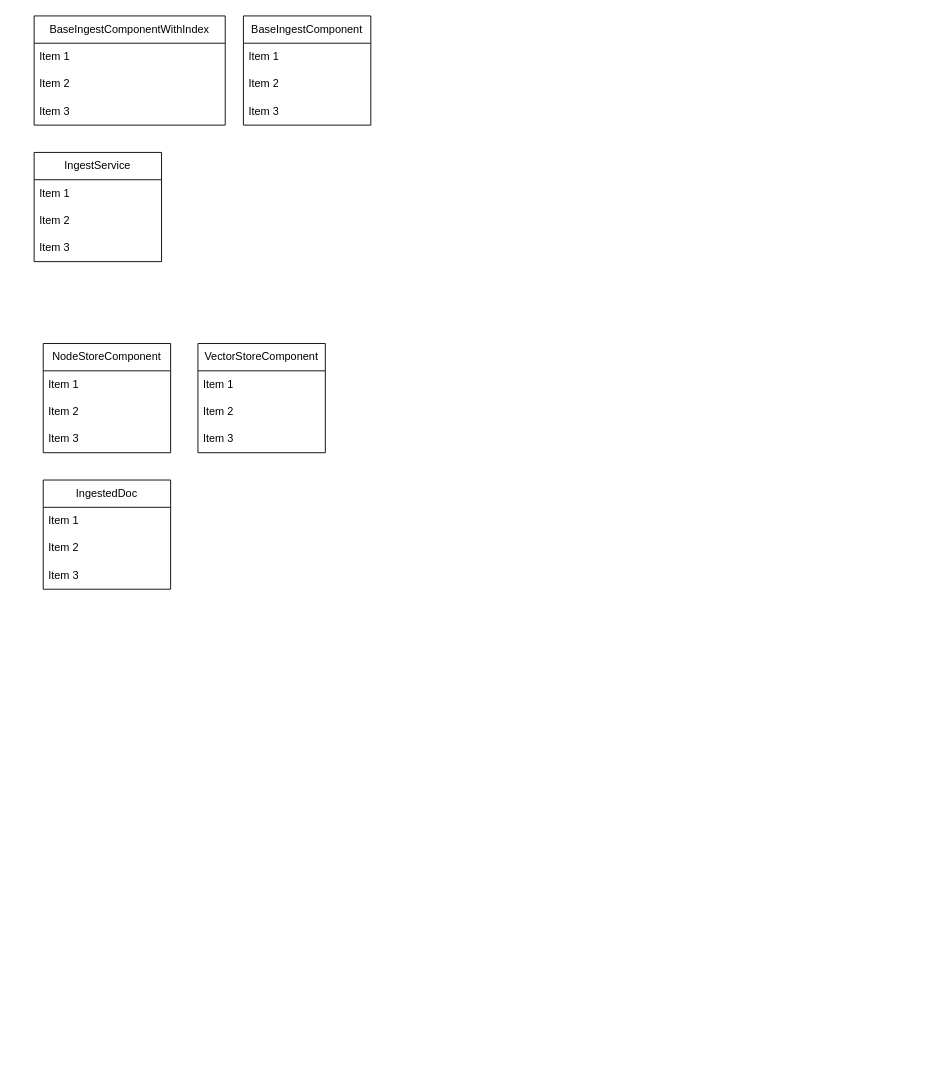
Above: proyecto.drawio in Sergi-Batle/api_test (draw.io), before the change. Source tidied: cells renumbered, new cells numbered last; positions are measured from the earlier drawing's top-left corner, leaving out a move shared by most shapes. Both pictures are drawn from the tidied source at 91%, with x=0, y=0 at pixel (34, 15).
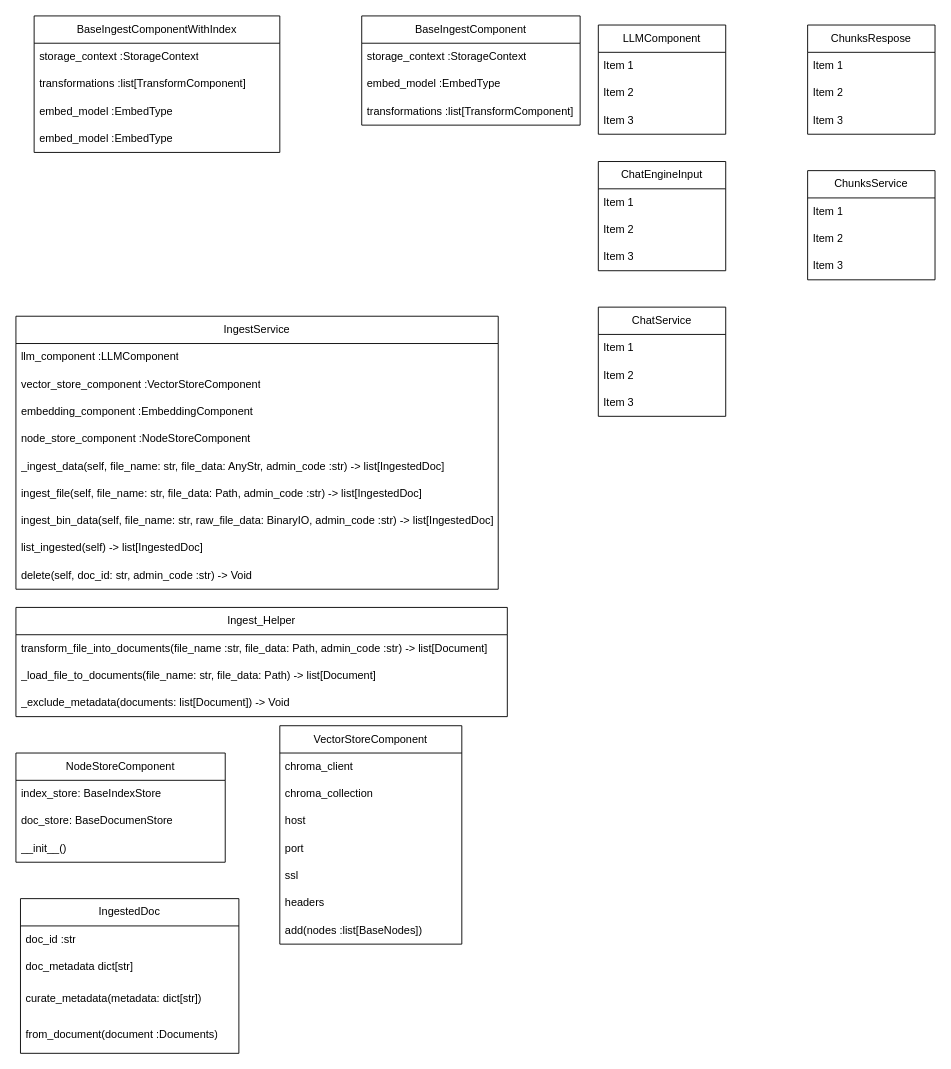
The same diagram, later.

Diff of the diagram source:
```diff
@@
     <mxCell id="2" value="BaseIngestComponentWithIndex" style="swimlane;fontStyle=0;horizontal=1;startSize=30;whiteSpace=wrap;html=1;" parent="1" vertex="1">
-      <mxGeometry width="210" height="120" as="geometry" />
+      <mxGeometry width="270" height="150" as="geometry" />
     </mxCell>
-    <mxCell id="3" value="Item 1" style="text;strokeColor=none;fillColor=none;align=left;verticalAlign=middle;spacingLeft=4;spacingRight=4;overflow=hidden;whiteSpace=wrap;html=1;" parent="2" vertex="1">
-      <mxGeometry y="30" width="210" height="30" as="geometry" />
-    </mxCell>
-    <mxCell id="4" value="Item 2" style="text;strokeColor=none;fillColor=none;align=left;verticalAlign=middle;spacingLeft=4;spacingRight=4;overflow=hidden;whiteSpace=wrap;html=1;" parent="2" vertex="1">
-      <mxGeometry y="60" width="210" height="30" as="geometry" />
-    </mxCell>
-    <mxCell id="5" value="Item 3" style="text;strokeColor=none;fillColor=none;align=left;verticalAlign=middle;spacingLeft=4;spacingRight=4;overflow=hidden;whiteSpace=wrap;html=1;" parent="2" vertex="1">
-      <mxGeometry y="90" width="210" height="30" as="geometry" />
-    </mxCell>
+    <mxCell id="26" value="storage_context :StorageContext" style="text;strokeColor=none;fillColor=none;align=left;verticalAlign=middle;spacingLeft=4;spacingRight=4;overflow=hidden;whiteSpace=wrap;html=1;" parent="2" vertex="1">
+      <mxGeometry y="30" width="270" height="30" as="geometry" />
+    </mxCell>
+    <mxCell id="27" value="transformations :list[TransformComponent]" style="text;strokeColor=none;fillColor=none;align=left;verticalAlign=middle;spacingLeft=4;spacingRight=4;overflow=hidden;whiteSpace=wrap;html=1;" parent="2" vertex="1">
+      <mxGeometry y="60" width="270" height="30" as="geometry" />
+    </mxCell>
+    <mxCell id="28" value="embed_model :EmbedType" style="text;strokeColor=none;fillColor=none;align=left;verticalAlign=middle;spacingLeft=4;spacingRight=4;overflow=hidden;whiteSpace=wrap;html=1;" parent="2" vertex="1">
+      <mxGeometry y="90" width="270" height="30" as="geometry" />
+    </mxCell>
+    <mxCell id="29" value="embed_model :EmbedType" style="text;strokeColor=none;fillColor=none;align=left;verticalAlign=middle;spacingLeft=4;spacingRight=4;overflow=hidden;whiteSpace=wrap;html=1;" parent="2" vertex="1">
+      <mxGeometry y="120" width="270" height="30" as="geometry" />
+    </mxCell>
     <mxCell id="6" value="BaseIngestComponent" style="swimlane;fontStyle=0;horizontal=1;startSize=30;whiteSpace=wrap;html=1;" parent="1" vertex="1">
-      <mxGeometry x="230" width="140" height="120" as="geometry" />
+      <mxGeometry x="360" width="240" height="120" as="geometry" />
     </mxCell>
-    <mxCell id="7" value="Item 1" style="text;strokeColor=none;fillColor=none;align=left;verticalAlign=middle;spacingLeft=4;spacingRight=4;overflow=hidden;whiteSpace=wrap;html=1;" parent="6" vertex="1">
-      <mxGeometry y="30" width="140" height="30" as="geometry" />
+    <mxCell id="7" value="storage_context :StorageContext" style="text;strokeColor=none;fillColor=none;align=left;verticalAlign=middle;spacingLeft=4;spacingRight=4;overflow=hidden;whiteSpace=wrap;html=1;" parent="6" vertex="1">
+      <mxGeometry y="30" width="240" height="30" as="geometry" />
     </mxCell>
-    <mxCell id="8" value="Item 2" style="text;strokeColor=none;fillColor=none;align=left;verticalAlign=middle;spacingLeft=4;spacingRight=4;overflow=hidden;whiteSpace=wrap;html=1;" parent="6" vertex="1">
-      <mxGeometry y="60" width="140" height="30" as="geometry" />
+    <mxCell id="8" value="embed_model :EmbedType" style="text;strokeColor=none;fillColor=none;align=left;verticalAlign=middle;spacingLeft=4;spacingRight=4;overflow=hidden;whiteSpace=wrap;html=1;" parent="6" vertex="1">
+      <mxGeometry y="60" width="240" height="30" as="geometry" />
     </mxCell>
-    <mxCell id="9" value="Item 3" style="text;strokeColor=none;fillColor=none;align=left;verticalAlign=middle;spacingLeft=4;spacingRight=4;overflow=hidden;whiteSpace=wrap;html=1;" parent="6" vertex="1">
-      <mxGeometry y="90" width="140" height="30" as="geometry" />
+    <mxCell id="9" value="transformations :list[TransformComponent]" style="text;strokeColor=none;fillColor=none;align=left;verticalAlign=middle;spacingLeft=4;spacingRight=4;overflow=hidden;whiteSpace=wrap;html=1;" parent="6" vertex="1">
+      <mxGeometry y="90" width="240" height="30" as="geometry" />
     </mxCell>
     <mxCell id="10" value="VectorStoreComponent" style="swimlane;fontStyle=0;horizontal=1;startSize=30;whiteSpace=wrap;html=1;" parent="1" vertex="1">
-      <mxGeometry x="180" y="360" width="140" height="120" as="geometry" />
+      <mxGeometry x="270" y="780" width="200" height="240" as="geometry" />
     </mxCell>
-    <mxCell id="11" value="Item 1" style="text;strokeColor=none;fillColor=none;align=left;verticalAlign=middle;spacingLeft=4;spacingRight=4;overflow=hidden;whiteSpace=wrap;html=1;" parent="10" vertex="1">
-      <mxGeometry y="30" width="140" height="30" as="geometry" />
+    <mxCell id="11" value="chroma_client" style="text;strokeColor=none;fillColor=none;align=left;verticalAlign=middle;spacingLeft=4;spacingRight=4;overflow=hidden;whiteSpace=wrap;html=1;" parent="10" vertex="1">
+      <mxGeometry y="30" width="200" height="30" as="geometry" />
     </mxCell>
-    <mxCell id="12" value="Item 2" style="text;strokeColor=none;fillColor=none;align=left;verticalAlign=middle;spacingLeft=4;spacingRight=4;overflow=hidden;whiteSpace=wrap;html=1;" parent="10" vertex="1">
-      <mxGeometry y="60" width="140" height="30" as="geometry" />
+    <mxCell id="12" value="chroma_collection" style="text;strokeColor=none;fillColor=none;align=left;verticalAlign=middle;spacingLeft=4;spacingRight=4;overflow=hidden;whiteSpace=wrap;html=1;" parent="10" vertex="1">
+      <mxGeometry y="60" width="200" height="30" as="geometry" />
     </mxCell>
-    <mxCell id="13" value="Item 3" style="text;strokeColor=none;fillColor=none;align=left;verticalAlign=middle;spacingLeft=4;spacingRight=4;overflow=hidden;whiteSpace=wrap;html=1;" parent="10" vertex="1">
-      <mxGeometry y="90" width="140" height="30" as="geometry" />
+    <mxCell id="13" value="host" style="text;strokeColor=none;fillColor=none;align=left;verticalAlign=middle;spacingLeft=4;spacingRight=4;overflow=hidden;whiteSpace=wrap;html=1;" parent="10" vertex="1">
+      <mxGeometry y="90" width="200" height="30" as="geometry" />
     </mxCell>
+    <mxCell id="30" value="port" style="text;strokeColor=none;fillColor=none;align=left;verticalAlign=middle;spacingLeft=4;spacingRight=4;overflow=hidden;whiteSpace=wrap;html=1;" parent="10" vertex="1">
+      <mxGeometry y="120" width="200" height="30" as="geometry" />
+    </mxCell>
+    <mxCell id="31" value="ssl" style="text;strokeColor=none;fillColor=none;align=left;verticalAlign=middle;spacingLeft=4;spacingRight=4;overflow=hidden;whiteSpace=wrap;html=1;" parent="10" vertex="1">
+      <mxGeometry y="150" width="200" height="30" as="geometry" />
+    </mxCell>
+    <mxCell id="32" value="headers" style="text;strokeColor=none;fillColor=none;align=left;verticalAlign=middle;spacingLeft=4;spacingRight=4;overflow=hidden;whiteSpace=wrap;html=1;" parent="10" vertex="1">
+      <mxGeometry y="180" width="200" height="30" as="geometry" />
+    </mxCell>
+    <mxCell id="33" value="add(nodes :list[BaseNodes])" style="text;strokeColor=none;fillColor=none;align=left;verticalAlign=middle;spacingLeft=4;spacingRight=4;overflow=hidden;whiteSpace=wrap;html=1;" parent="10" vertex="1">
+      <mxGeometry y="210" width="200" height="30" as="geometry" />
+    </mxCell>
     <mxCell id="14" value="NodeStoreComponent" style="swimlane;fontStyle=0;horizontal=1;startSize=30;whiteSpace=wrap;html=1;" parent="1" vertex="1">
-      <mxGeometry x="10" y="360" width="140" height="120" as="geometry" />
+      <mxGeometry x="-20" y="810" width="230" height="120" as="geometry" />
     </mxCell>
-    <mxCell id="15" value="Item 1" style="text;strokeColor=none;fillColor=none;align=left;verticalAlign=middle;spacingLeft=4;spacingRight=4;overflow=hidden;whiteSpace=wrap;html=1;" parent="14" vertex="1">
-      <mxGeometry y="30" width="140" height="30" as="geometry" />
+    <mxCell id="15" value="index_store: BaseIndexStore" style="text;strokeColor=none;fillColor=none;align=left;verticalAlign=middle;spacingLeft=4;spacingRight=4;overflow=hidden;whiteSpace=wrap;html=1;" parent="14" vertex="1">
+      <mxGeometry y="30" width="230" height="30" as="geometry" />
     </mxCell>
-    <mxCell id="16" value="Item 2" style="text;strokeColor=none;fillColor=none;align=left;verticalAlign=middle;spacingLeft=4;spacingRight=4;overflow=hidden;whiteSpace=wrap;html=1;" parent="14" vertex="1">
-      <mxGeometry y="60" width="140" height="30" as="geometry" />
+    <mxCell id="16" value="doc_store: BaseDocumenStore" style="text;strokeColor=none;fillColor=none;align=left;verticalAlign=middle;spacingLeft=4;spacingRight=4;overflow=hidden;whiteSpace=wrap;html=1;" parent="14" vertex="1">
+      <mxGeometry y="60" width="230" height="30" as="geometry" />
     </mxCell>
-    <mxCell id="17" value="Item 3" style="text;strokeColor=none;fillColor=none;align=left;verticalAlign=middle;spacingLeft=4;spacingRight=4;overflow=hidden;whiteSpace=wrap;html=1;" parent="14" vertex="1">
-      <mxGeometry y="90" width="140" height="30" as="geometry" />
+    <mxCell id="17" value="__init__()" style="text;strokeColor=none;fillColor=none;align=left;verticalAlign=middle;spacingLeft=4;spacingRight=4;overflow=hidden;whiteSpace=wrap;html=1;" parent="14" vertex="1">
+      <mxGeometry y="90" width="230" height="30" as="geometry" />
     </mxCell>
     <mxCell id="18" value="IngestedDoc" style="swimlane;fontStyle=0;horizontal=1;startSize=30;whiteSpace=wrap;html=1;" parent="1" vertex="1">
-      <mxGeometry x="10" y="510" width="140" height="120" as="geometry" />
+      <mxGeometry x="-15" y="970" width="240" height="170" as="geometry" />
     </mxCell>
-    <mxCell id="19" value="Item 1" style="text;strokeColor=none;fillColor=none;align=left;verticalAlign=middle;spacingLeft=4;spacingRight=4;overflow=hidden;whiteSpace=wrap;html=1;" parent="18" vertex="1">
-      <mxGeometry y="30" width="140" height="30" as="geometry" />
+    <mxCell id="19" value="doc_id :str" style="text;strokeColor=none;fillColor=none;align=left;verticalAlign=middle;spacingLeft=4;spacingRight=4;overflow=hidden;whiteSpace=wrap;html=1;" parent="18" vertex="1">
+      <mxGeometry y="30" width="240" height="30" as="geometry" />
     </mxCell>
-    <mxCell id="20" value="Item 2" style="text;strokeColor=none;fillColor=none;align=left;verticalAlign=middle;spacingLeft=4;spacingRight=4;overflow=hidden;whiteSpace=wrap;html=1;" parent="18" vertex="1">
-      <mxGeometry y="60" width="140" height="30" as="geometry" />
+    <mxCell id="20" value="doc_metadata dict[str]" style="text;strokeColor=none;fillColor=none;align=left;verticalAlign=middle;spacingLeft=4;spacingRight=4;overflow=hidden;whiteSpace=wrap;html=1;" parent="18" vertex="1">
+      <mxGeometry y="60" width="240" height="30" as="geometry" />
     </mxCell>
-    <mxCell id="21" value="Item 3" style="text;strokeColor=none;fillColor=none;align=left;verticalAlign=middle;spacingLeft=4;spacingRight=4;overflow=hidden;whiteSpace=wrap;html=1;" parent="18" vertex="1">
-      <mxGeometry y="90" width="140" height="30" as="geometry" />
+    <mxCell id="21" value="curate_metadata(metadata: dict[str])" style="text;strokeColor=none;fillColor=none;align=left;verticalAlign=middle;spacingLeft=4;spacingRight=4;overflow=hidden;whiteSpace=wrap;html=1;" parent="18" vertex="1">
+      <mxGeometry y="90" width="240" height="40" as="geometry" />
     </mxCell>
+    <mxCell id="34" value="from_document(document :Documents)" style="text;strokeColor=none;fillColor=none;align=left;verticalAlign=middle;spacingLeft=4;spacingRight=4;overflow=hidden;whiteSpace=wrap;html=1;" parent="18" vertex="1">
+      <mxGeometry y="130" width="240" height="40" as="geometry" />
+    </mxCell>
     <mxCell id="22" value="IngestService" style="swimlane;fontStyle=0;horizontal=1;startSize=30;whiteSpace=wrap;html=1;" parent="1" vertex="1">
-      <mxGeometry y="150" width="140" height="120" as="geometry" />
+      <mxGeometry x="-20" y="330" width="530" height="300" as="geometry" />
     </mxCell>
-    <mxCell id="23" value="Item 1" style="text;strokeColor=none;fillColor=none;align=left;verticalAlign=middle;spacingLeft=4;spacingRight=4;overflow=hidden;whiteSpace=wrap;html=1;" parent="22" vertex="1">
-      <mxGeometry y="30" width="140" height="30" as="geometry" />
+    <mxCell id="23" value="llm_component :LLMComponent" style="text;strokeColor=none;fillColor=none;align=left;verticalAlign=middle;spacingLeft=4;spacingRight=4;overflow=hidden;whiteSpace=wrap;html=1;" parent="22" vertex="1">
+      <mxGeometry y="30" width="530" height="30" as="geometry" />
     </mxCell>
-    <mxCell id="24" value="Item 2" style="text;strokeColor=none;fillColor=none;align=left;verticalAlign=middle;spacingLeft=4;spacingRight=4;overflow=hidden;whiteSpace=wrap;html=1;" parent="22" vertex="1">
-      <mxGeometry y="60" width="140" height="30" as="geometry" />
+    <mxCell id="24" value="vector_store_component :VectorStoreComponent" style="text;strokeColor=none;fillColor=none;align=left;verticalAlign=middle;spacingLeft=4;spacingRight=4;overflow=hidden;whiteSpace=wrap;html=1;" parent="22" vertex="1">
+      <mxGeometry y="60" width="530" height="30" as="geometry" />
     </mxCell>
+    <mxCell id="35" value="embedding_component :EmbeddingComponent" style="text;strokeColor=none;fillColor=none;align=left;verticalAlign=middle;spacingLeft=4;spacingRight=4;overflow=hidden;whiteSpace=wrap;html=1;" parent="22" vertex="1">
+      <mxGeometry y="90" width="530" height="30" as="geometry" />
+    </mxCell>
+    <mxCell id="36" value="node_store_component :NodeStoreComponent" style="text;strokeColor=none;fillColor=none;align=left;verticalAlign=middle;spacingLeft=4;spacingRight=4;overflow=hidden;whiteSpace=wrap;html=1;" parent="22" vertex="1">
+      <mxGeometry y="120" width="530" height="30" as="geometry" />
+    </mxCell>
+    <mxCell id="37" value="_ingest_data(self, file_name: str, file_data: AnyStr, admin_code :str) -&amp;gt; list[IngestedDoc]" style="text;strokeColor=none;fillColor=none;align=left;verticalAlign=middle;spacingLeft=4;spacingRight=4;overflow=hidden;whiteSpace=wrap;html=1;" parent="22" vertex="1">
+      <mxGeometry y="150" width="530" height="30" as="geometry" />
+    </mxCell>
+    <mxCell id="38" value="ingest_file(self, file_name: str, file_data: Path, admin_code :str) -&amp;gt; list[IngestedDoc]" style="text;strokeColor=none;fillColor=none;align=left;verticalAlign=middle;spacingLeft=4;spacingRight=4;overflow=hidden;whiteSpace=wrap;html=1;" parent="22" vertex="1">
+      <mxGeometry y="180" width="530" height="30" as="geometry" />
+    </mxCell>
-    <mxCell id="25" value="Item 3" style="text;strokeColor=none;fillColor=none;align=left;verticalAlign=middle;spacingLeft=4;spacingRight=4;overflow=hidden;whiteSpace=wrap;html=1;" parent="22" vertex="1">
-      <mxGeometry y="90" width="140" height="30" as="geometry" />
+    <mxCell id="25" value="&lt;div&gt;ingest_bin_data(&lt;span style=&quot;background-color: initial;&quot;&gt;self, file_name: str, raw_file_data: BinaryIO, admin_code :str&lt;/span&gt;&lt;span style=&quot;background-color: initial;&quot;&gt;) -&amp;gt; list[IngestedDoc]&lt;/span&gt;&lt;/div&gt;" style="text;strokeColor=none;fillColor=none;align=left;verticalAlign=middle;spacingLeft=4;spacingRight=4;overflow=hidden;whiteSpace=wrap;html=1;" parent="22" vertex="1">
+      <mxGeometry y="210" width="530" height="30" as="geometry" />
     </mxCell>
+    <mxCell id="39" value="list_ingested(self) -&amp;gt; list[IngestedDoc]" style="text;strokeColor=none;fillColor=none;align=left;verticalAlign=middle;spacingLeft=4;spacingRight=4;overflow=hidden;whiteSpace=wrap;html=1;" parent="22" vertex="1">
+      <mxGeometry y="240" width="530" height="30" as="geometry" />
+    </mxCell>
+    <mxCell id="40" value="delete(self, doc_id: str, admin_code :str) -&amp;gt; Void" style="text;strokeColor=none;fillColor=none;align=left;verticalAlign=middle;spacingLeft=4;spacingRight=4;overflow=hidden;whiteSpace=wrap;html=1;" parent="22" vertex="1">
+      <mxGeometry y="270" width="530" height="30" as="geometry" />
+    </mxCell>
+    <mxCell id="41" value="ChunksRespose" style="swimlane;fontStyle=0;horizontal=1;startSize=30;whiteSpace=wrap;html=1;" parent="1" vertex="1">
+      <mxGeometry x="850" y="10" width="140" height="120" as="geometry" />
+    </mxCell>
+    <mxCell id="42" value="Item 1" style="text;strokeColor=none;fillColor=none;align=left;verticalAlign=middle;spacingLeft=4;spacingRight=4;overflow=hidden;whiteSpace=wrap;html=1;" parent="41" vertex="1">
+      <mxGeometry y="30" width="140" height="30" as="geometry" />
+    </mxCell>
+    <mxCell id="43" value="Item 2" style="text;strokeColor=none;fillColor=none;align=left;verticalAlign=middle;spacingLeft=4;spacingRight=4;overflow=hidden;whiteSpace=wrap;html=1;" parent="41" vertex="1">
+      <mxGeometry y="60" width="140" height="30" as="geometry" />
+    </mxCell>
+    <mxCell id="44" value="Item 3" style="text;strokeColor=none;fillColor=none;align=left;verticalAlign=middle;spacingLeft=4;spacingRight=4;overflow=hidden;whiteSpace=wrap;html=1;" parent="41" vertex="1">
+      <mxGeometry y="90" width="140" height="30" as="geometry" />
+    </mxCell>
+    <mxCell id="45" value="ChunksService" style="swimlane;fontStyle=0;horizontal=1;startSize=30;whiteSpace=wrap;html=1;" parent="1" vertex="1">
+      <mxGeometry x="850" y="170" width="140" height="120" as="geometry" />
+    </mxCell>
+    <mxCell id="46" value="Item 1" style="text;strokeColor=none;fillColor=none;align=left;verticalAlign=middle;spacingLeft=4;spacingRight=4;overflow=hidden;whiteSpace=wrap;html=1;" parent="45" vertex="1">
+      <mxGeometry y="30" width="140" height="30" as="geometry" />
+    </mxCell>
+    <mxCell id="47" value="Item 2" style="text;strokeColor=none;fillColor=none;align=left;verticalAlign=middle;spacingLeft=4;spacingRight=4;overflow=hidden;whiteSpace=wrap;html=1;" parent="45" vertex="1">
+      <mxGeometry y="60" width="140" height="30" as="geometry" />
+    </mxCell>
+    <mxCell id="48" value="Item 3" style="text;strokeColor=none;fillColor=none;align=left;verticalAlign=middle;spacingLeft=4;spacingRight=4;overflow=hidden;whiteSpace=wrap;html=1;" parent="45" vertex="1">
+      <mxGeometry y="90" width="140" height="30" as="geometry" />
+    </mxCell>
+    <mxCell id="49" value="LLMComponent" style="swimlane;fontStyle=0;horizontal=1;startSize=30;whiteSpace=wrap;html=1;" parent="1" vertex="1">
+      <mxGeometry x="620" y="10" width="140" height="120" as="geometry" />
+    </mxCell>
+    <mxCell id="50" value="Item 1" style="text;strokeColor=none;fillColor=none;align=left;verticalAlign=middle;spacingLeft=4;spacingRight=4;overflow=hidden;whiteSpace=wrap;html=1;" parent="49" vertex="1">
+      <mxGeometry y="30" width="140" height="30" as="geometry" />
+    </mxCell>
+    <mxCell id="51" value="Item 2" style="text;strokeColor=none;fillColor=none;align=left;verticalAlign=middle;spacingLeft=4;spacingRight=4;overflow=hidden;whiteSpace=wrap;html=1;" parent="49" vertex="1">
+      <mxGeometry y="60" width="140" height="30" as="geometry" />
+    </mxCell>
+    <mxCell id="52" value="Item 3" style="text;strokeColor=none;fillColor=none;align=left;verticalAlign=middle;spacingLeft=4;spacingRight=4;overflow=hidden;whiteSpace=wrap;html=1;" parent="49" vertex="1">
+      <mxGeometry y="90" width="140" height="30" as="geometry" />
+    </mxCell>
+    <mxCell id="53" value="Ingest_Helper" style="swimlane;fontStyle=0;horizontal=1;startSize=30;whiteSpace=wrap;html=1;" parent="1" vertex="1">
+      <mxGeometry x="-20" y="650" width="540" height="120" as="geometry" />
+    </mxCell>
+    <mxCell id="54" value="transform_file_into_documents(file_name :str, file_data: Path, admin_code :str) -&amp;gt; list[Document&lt;span style=&quot;background-color: initial;&quot;&gt;]&lt;/span&gt;" style="text;strokeColor=none;fillColor=none;align=left;verticalAlign=middle;spacingLeft=4;spacingRight=4;overflow=hidden;whiteSpace=wrap;html=1;" parent="53" vertex="1">
+      <mxGeometry y="30" width="540" height="30" as="geometry" />
+    </mxCell>
+    <mxCell id="55" value="_load_file_to_documents(file_name: str, file_data: Path) -&amp;gt; list[Document]" style="text;strokeColor=none;fillColor=none;align=left;verticalAlign=middle;spacingLeft=4;spacingRight=4;overflow=hidden;whiteSpace=wrap;html=1;" parent="53" vertex="1">
+      <mxGeometry y="60" width="540" height="30" as="geometry" />
+    </mxCell>
+    <mxCell id="56" value="_exclude_metadata(documents: list[Document]) -&amp;gt; Void" style="text;strokeColor=none;fillColor=none;align=left;verticalAlign=middle;spacingLeft=4;spacingRight=4;overflow=hidden;whiteSpace=wrap;html=1;" parent="53" vertex="1">
+      <mxGeometry y="90" width="540" height="30" as="geometry" />
+    </mxCell>
+    <mxCell id="57" value="ChatService" style="swimlane;fontStyle=0;horizontal=1;startSize=30;whiteSpace=wrap;html=1;" parent="1" vertex="1">
+      <mxGeometry x="620" y="320" width="140" height="120" as="geometry" />
+    </mxCell>
+    <mxCell id="58" value="Item 1" style="text;strokeColor=none;fillColor=none;align=left;verticalAlign=middle;spacingLeft=4;spacingRight=4;overflow=hidden;whiteSpace=wrap;html=1;" parent="57" vertex="1">
+      <mxGeometry y="30" width="140" height="30" as="geometry" />
+    </mxCell>
+    <mxCell id="59" value="Item 2" style="text;strokeColor=none;fillColor=none;align=left;verticalAlign=middle;spacingLeft=4;spacingRight=4;overflow=hidden;whiteSpace=wrap;html=1;" parent="57" vertex="1">
+      <mxGeometry y="60" width="140" height="30" as="geometry" />
+    </mxCell>
+    <mxCell id="60" value="Item 3" style="text;strokeColor=none;fillColor=none;align=left;verticalAlign=middle;spacingLeft=4;spacingRight=4;overflow=hidden;whiteSpace=wrap;html=1;" parent="57" vertex="1">
+      <mxGeometry y="90" width="140" height="30" as="geometry" />
+    </mxCell>
+    <mxCell id="61" value="ChatEngineInput" style="swimlane;fontStyle=0;horizontal=1;startSize=30;whiteSpace=wrap;html=1;" parent="1" vertex="1">
+      <mxGeometry x="620" y="160" width="140" height="120" as="geometry" />
+    </mxCell>
+    <mxCell id="62" value="Item 1" style="text;strokeColor=none;fillColor=none;align=left;verticalAlign=middle;spacingLeft=4;spacingRight=4;overflow=hidden;whiteSpace=wrap;html=1;" parent="61" vertex="1">
+      <mxGeometry y="30" width="140" height="30" as="geometry" />
+    </mxCell>
+    <mxCell id="63" value="Item 2" style="text;strokeColor=none;fillColor=none;align=left;verticalAlign=middle;spacingLeft=4;spacingRight=4;overflow=hidden;whiteSpace=wrap;html=1;" parent="61" vertex="1">
+      <mxGeometry y="60" width="140" height="30" as="geometry" />
+    </mxCell>
+    <mxCell id="64" value="Item 3" style="text;strokeColor=none;fillColor=none;align=left;verticalAlign=middle;spacingLeft=4;spacingRight=4;overflow=hidden;whiteSpace=wrap;html=1;" parent="61" vertex="1">
+      <mxGeometry y="90" width="140" height="30" as="geometry" />
+    </mxCell>
```
